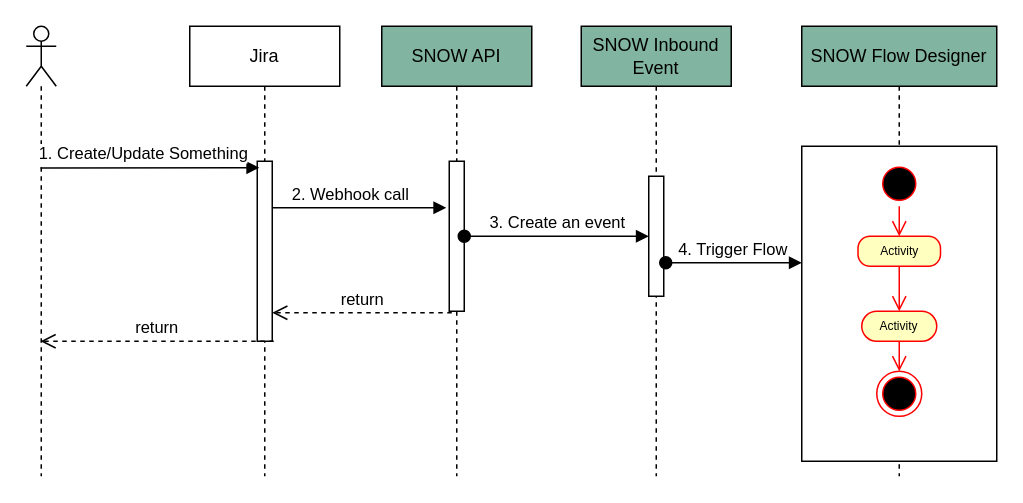
Above: page "Jira2Snow" (1 of 2) of SnowJira.drawio in algimas/tmp (draw.io), before the change. Source tidied: cells renumbered, new cells numbered last; positions are measured from the earlier drawing's top-left corner, leaving out a move shared by most shapes. Both pictures are drawn from the tidied source at 150%, with x=0, y=0 at pixel (26, 26).
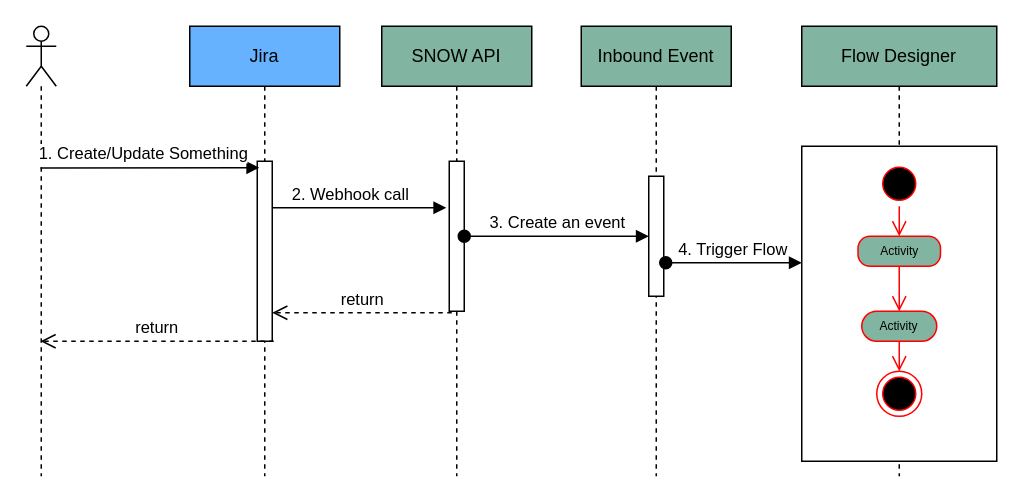
The same diagram, later.

Diff of the diagram source:
```diff
@@
-    <mxCell id="4" value="Jira" style="shape=umlLifeline;perimeter=lifelinePerimeter;whiteSpace=wrap;html=1;" parent="1" vertex="1">
+    <mxCell id="4" value="Jira" style="shape=umlLifeline;perimeter=lifelinePerimeter;whiteSpace=wrap;html=1;fillColor=#66B2FF;" parent="1" vertex="1">
       <mxGeometry x="109" width="100" height="300" as="geometry" />
     </mxCell>
@@
-    <mxCell id="11" value="SNOW Inbound Event" style="shape=umlLifeline;perimeter=lifelinePerimeter;whiteSpace=wrap;html=1;fillColor=#81b5a1;" parent="1" vertex="1">
+    <mxCell id="11" value="Inbound Event" style="shape=umlLifeline;perimeter=lifelinePerimeter;whiteSpace=wrap;html=1;fillColor=#81b5a1;" parent="1" vertex="1">
       <mxGeometry x="370" width="100" height="300" as="geometry" />
     </mxCell>
@@
-    <mxCell id="14" value="SNOW Flow Designer" style="shape=umlLifeline;perimeter=lifelinePerimeter;whiteSpace=wrap;html=1;fillColor=#81B5A1;" parent="1" vertex="1">
+    <mxCell id="14" value="Flow Designer" style="shape=umlLifeline;perimeter=lifelinePerimeter;whiteSpace=wrap;html=1;fillColor=#81B5A1;" parent="1" vertex="1">
       <mxGeometry x="517" width="130" height="300" as="geometry" />
     </mxCell>
@@
-    <mxCell id="16" value="Activity" style="rounded=1;whiteSpace=wrap;html=1;arcSize=40;fontColor=#000000;fillColor=#ffffc0;strokeColor=#ff0000;fontSize=8;" parent="14" vertex="1">
+    <mxCell id="16" value="Activity" style="rounded=1;whiteSpace=wrap;html=1;arcSize=40;fontColor=#000000;strokeColor=#ff0000;fontSize=8;fillColor=#81B5A1;" parent="14" vertex="1">
       <mxGeometry x="37.5" y="140" width="55" height="20" as="geometry" />
     </mxCell>
@@
-    <mxCell id="19" value="Activity" style="rounded=1;whiteSpace=wrap;html=1;arcSize=50;fontColor=#000000;fillColor=#ffffc0;strokeColor=#ff0000;fontSize=8;" parent="14" vertex="1">
+    <mxCell id="19" value="Activity" style="rounded=1;whiteSpace=wrap;html=1;arcSize=50;fontColor=#000000;strokeColor=#ff0000;fontSize=8;fillColor=#81B5A1;" parent="14" vertex="1">
       <mxGeometry x="40" y="190" width="50" height="20" as="geometry" />
     </mxCell>
```
